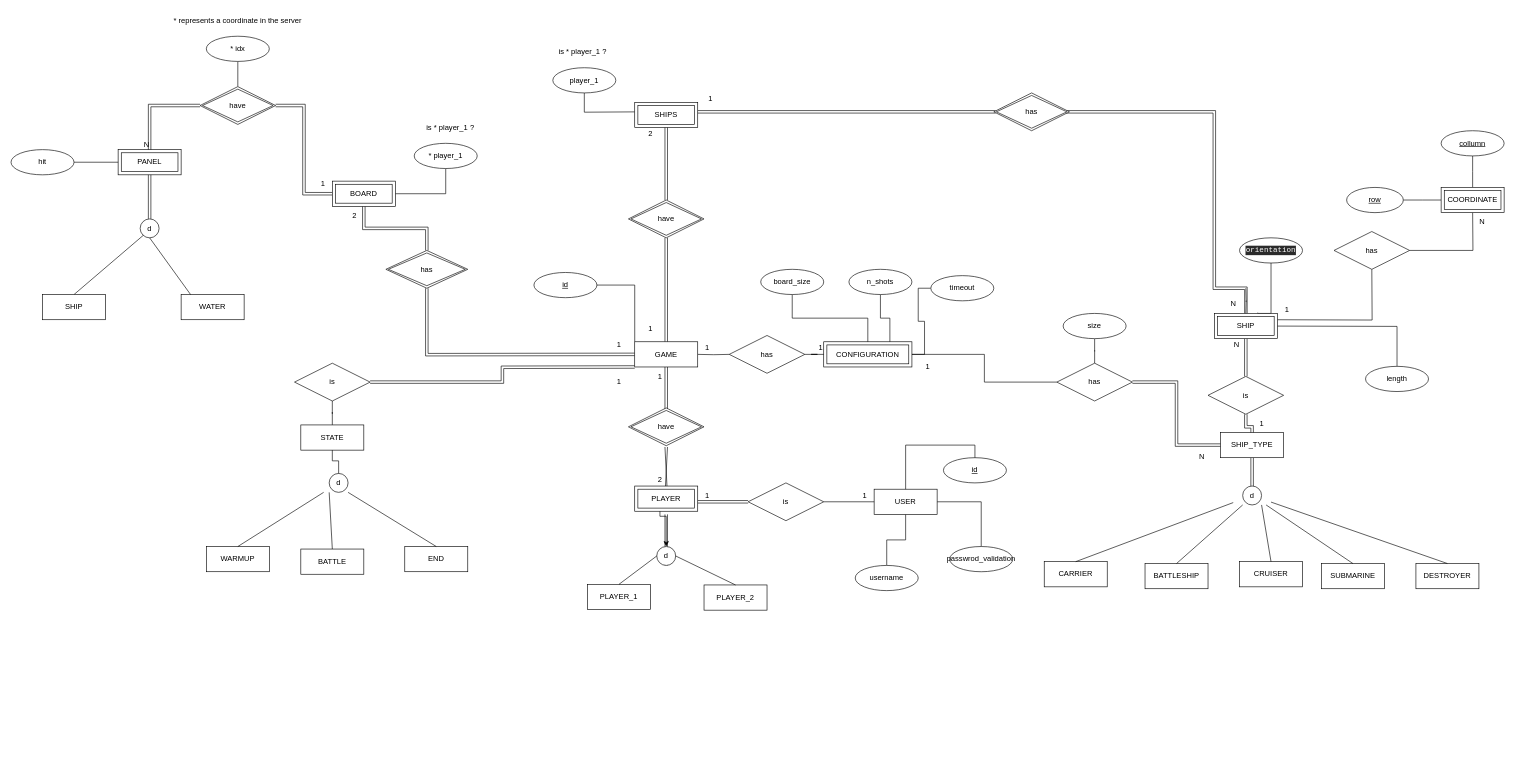
The draw.io diagram code/daw-battleship-game/src/main/sql/diagram.drawio in MiguelRocha2001/ISEL-DAW-Battleships-Game, before the edit. Source tidied: cells renumbered, new cells numbered last; positions are measured from the earlier drawing's top-left corner, leaving out a move shared by most shapes. Both pictures are drawn from the tidied source at 63%, with x=0, y=0 at pixel (11, 11).
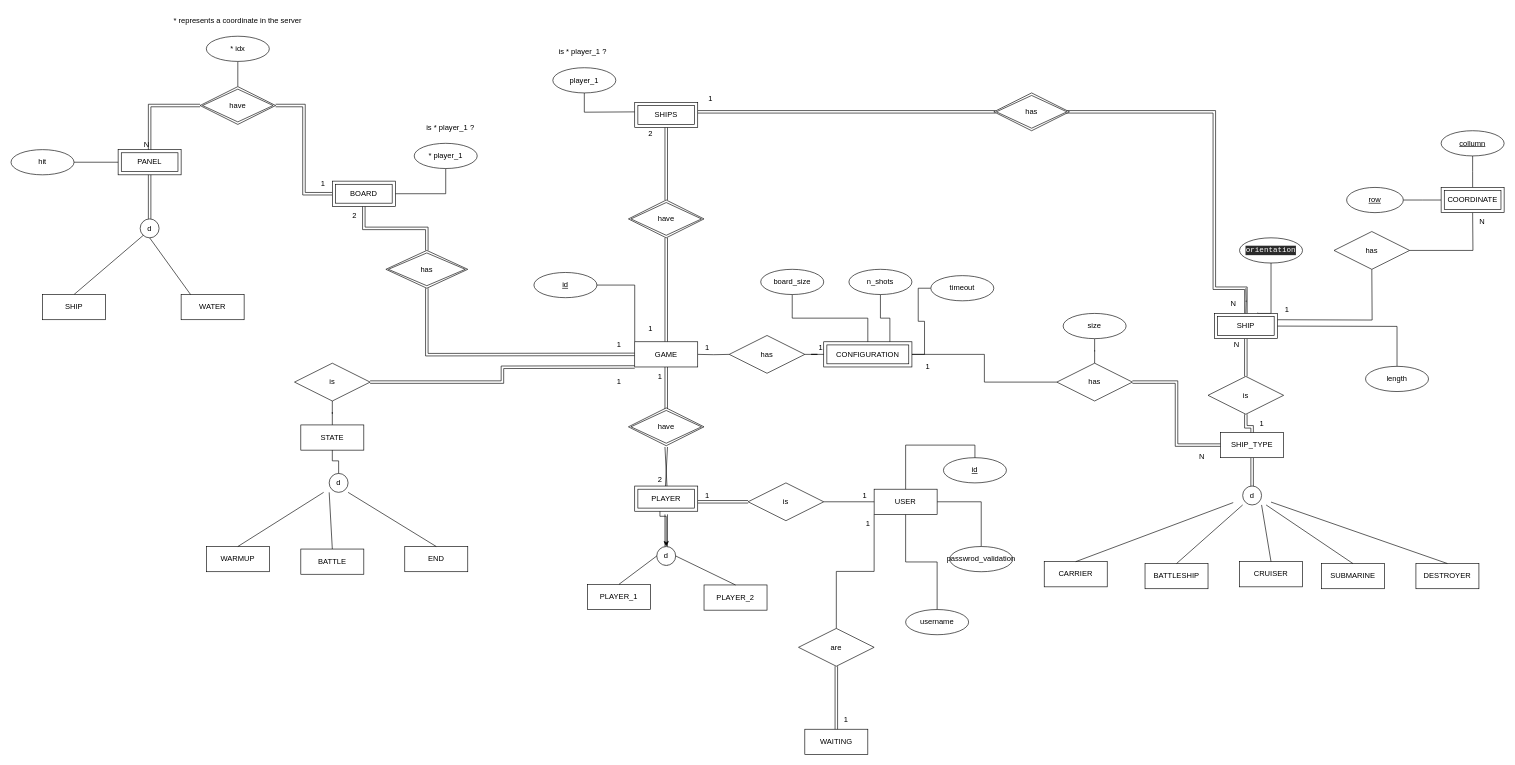
Above is the later version.

The change refers to these unchanged cells:
```xml
<mxCell id="18" value="USER" style="whiteSpace=wrap;html=1;align=center;" parent="1" vertex="1">
  <mxGeometry x="1370" y="759" width="100" height="40" as="geometry" />
</mxCell>
```

The edit, as a diff of the source:
```diff
@@
+    <mxCell id="142" style="edgeStyle=orthogonalEdgeStyle;rounded=0;jettySize=auto;html=1;endArrow=none;endFill=0;exitX=0;exitY=1;exitDx=0;exitDy=0;" parent="1" edge="1" source="18" target="145">
+      <mxGeometry relative="1" as="geometry" />
+    </mxCell>
@@
     <mxCell id="141" value="username" style="ellipse;whiteSpace=wrap;html=1;align=center;fontStyle=0;" parent="1" vertex="1">
-      <mxGeometry x="1340" y="880" width="100" height="40" as="geometry" />
+      <mxGeometry x="1420" y="950" width="100" height="40" as="geometry" />
     </mxCell>
+    <mxCell id="143" value="WAITING" style="whiteSpace=wrap;html=1;align=center;" parent="1" vertex="1">
+      <mxGeometry x="1260" y="1140" width="100" height="40" as="geometry" />
+    </mxCell>
+    <mxCell id="144" style="edgeStyle=orthogonalEdgeStyle;rounded=0;jettySize=auto;html=1;endArrow=none;endFill=0;shape=link;" parent="1" edge="1" source="145" target="143">
+      <mxGeometry relative="1" as="geometry" />
+    </mxCell>
+    <mxCell id="145" value="are" style="shape=rhombus;perimeter=rhombusPerimeter;whiteSpace=wrap;html=1;align=center;" parent="1" vertex="1">
+      <mxGeometry x="1250" y="980" width="120" height="60" as="geometry" />
+    </mxCell>
+    <mxCell id="146" value="1" style="text;html=1;align=center;verticalAlign=middle;strokeColor=none;fillColor=none;" parent="1" vertex="1">
+      <mxGeometry x="1345" y="799" width="30" height="30" as="geometry" />
+    </mxCell>
+    <mxCell id="147" value="1" style="text;html=1;align=center;verticalAlign=middle;strokeColor=none;fillColor=none;" parent="1" vertex="1">
+      <mxGeometry x="1310" y="1110" width="30" height="30" as="geometry" />
+    </mxCell>
```
